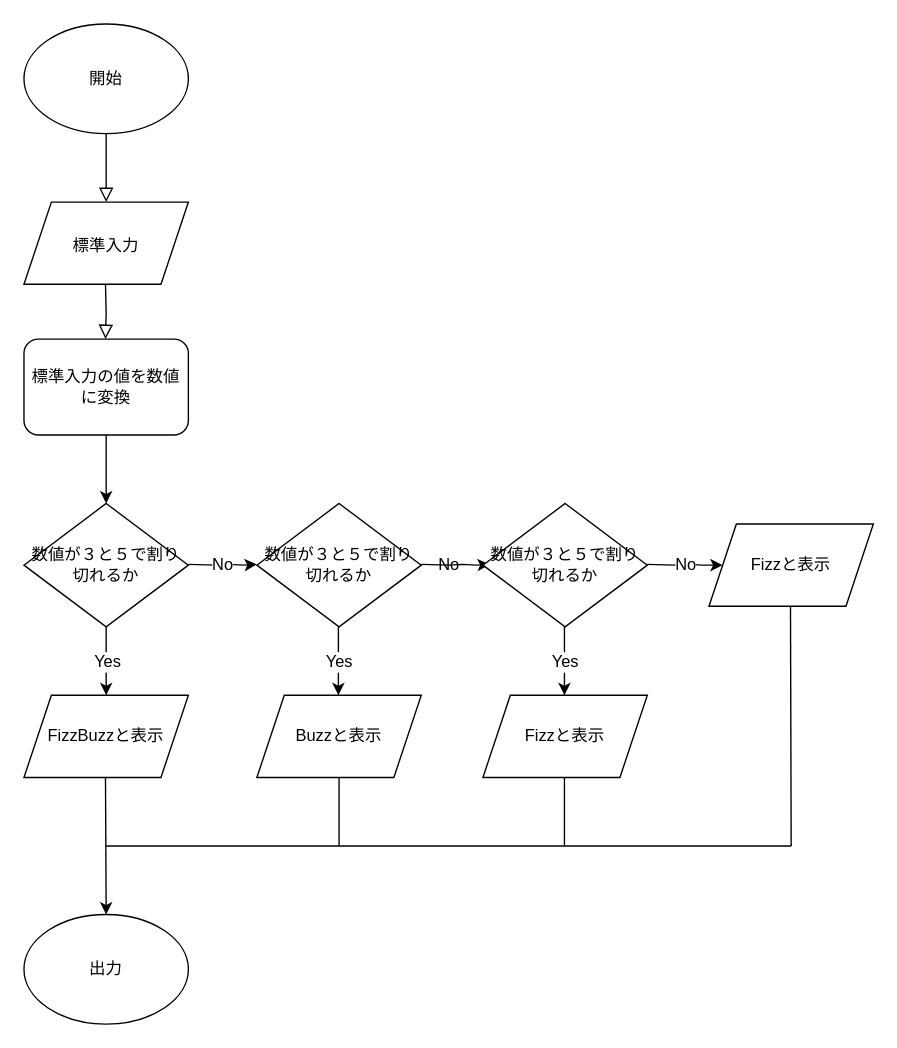
This is Untitled Diagram.drawio from kotahorii/test, a draw.io file, before an edit. Source tidied: cells renumbered, new cells numbered last; positions are measured from the earlier drawing's top-left corner, leaving out a move shared by most shapes. Both pictures are drawn from the tidied source at 137%, with x=0, y=0 at pixel (23, 23).
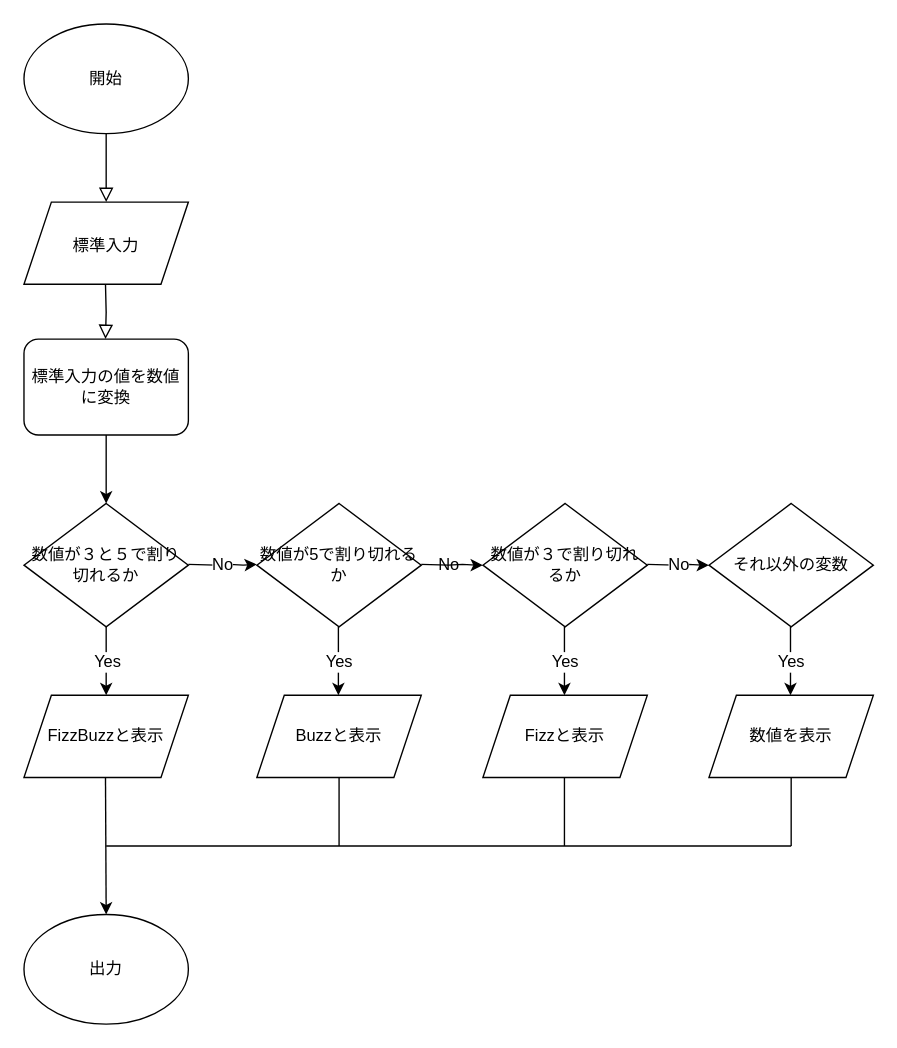
The same page after the edit.

The edit, as a diff of the source:
```diff
@@
-    <mxCell id="14" value="数値が３と５で割り切れるか" style="rhombus;whiteSpace=wrap;html=1;fontSize=12;" parent="1" vertex="1">
+    <mxCell id="14" value="数値が5で割り切れるか" style="rhombus;whiteSpace=wrap;html=1;fontSize=12;" parent="1" vertex="1">
       <mxGeometry x="170" y="350" width="120" height="90" as="geometry" />
     </mxCell>
-    <mxCell id="15" style="endArrow=classic;html=1;rounded=0;fontSize=12;" parent="1" edge="1">
+    <mxCell id="15" style="endArrow=classic;html=1;rounded=0;fontSize=12;entryX=0;entryY=0.5;entryDx=0;entryDy=0;" parent="1" edge="1" target="18">
       <mxGeometry relative="1" as="geometry">
         <mxPoint x="290" y="394.5" as="sourcePoint" />
-        <mxPoint x="340" y="394.5" as="targetPoint" />
         <Array as="points">
           <mxPoint x="310" y="395" />
           <mxPoint x="320" y="394.5" />
           <mxPoint x="330" y="395" />
         </Array>
       </mxGeometry>
     </mxCell>
@@
-    <mxCell id="18" value="数値が３と５で割り切れるか" style="rhombus;whiteSpace=wrap;html=1;fontSize=12;" parent="1" vertex="1">
+    <mxCell id="18" value="数値が３で割り切れるか" style="rhombus;whiteSpace=wrap;html=1;fontSize=12;" parent="1" vertex="1">
       <mxGeometry x="335" y="350" width="120" height="90" as="geometry" />
     </mxCell>
-    <mxCell id="19" style="endArrow=classic;html=1;rounded=0;fontSize=12;entryX=0;entryY=0.5;entryDx=0;entryDy=0;" parent="1" edge="1" target="26">
+    <mxCell id="19" style="endArrow=classic;html=1;rounded=0;fontSize=12;entryX=0;entryY=0.5;entryDx=0;entryDy=0;" parent="1" edge="1" target="35">
       <mxGeometry relative="1" as="geometry">
         <mxPoint x="455" y="394.5" as="sourcePoint" />
         <Array as="points">
           <mxPoint x="475" y="395" />
           <mxPoint x="485" y="394.5" />
           <mxPoint x="495" y="395" />
         </Array>
       </mxGeometry>
     </mxCell>
@@
-    <mxCell id="26" value="Fizzと表示" style="shape=parallelogram;perimeter=parallelogramPerimeter;whiteSpace=wrap;html=1;fixedSize=1;fontSize=12;" parent="1" vertex="1">
-      <mxGeometry x="500" y="365" width="120" height="60" as="geometry" />
+    <mxCell id="26" value="数値を表示" style="shape=parallelogram;perimeter=parallelogramPerimeter;whiteSpace=wrap;html=1;fixedSize=1;fontSize=12;" parent="1" vertex="1">
+      <mxGeometry x="500" y="490" width="120" height="60" as="geometry" />
     </mxCell>
@@
-    <mxCell id="32" style="endArrow=none;html=1;rounded=0;fontSize=12;entryX=0.5;entryY=1;entryDx=0;entryDy=0;" parent="1" edge="1">
+    <mxCell id="32" style="endArrow=none;html=1;rounded=0;fontSize=12;" parent="1" edge="1">
       <mxGeometry relative="1" as="geometry">
         <mxPoint x="560" y="600" as="sourcePoint" />
-        <mxPoint x="559.5" y="425" as="targetPoint" />
+        <mxPoint x="560" y="550" as="targetPoint" />
       </mxGeometry>
     </mxCell>
+    <mxCell id="33" style="endArrow=classic;html=1;rounded=0;fontSize=12;" parent="1" edge="1">
+      <mxGeometry relative="1" as="geometry">
+        <mxPoint x="559.5" y="440" as="sourcePoint" />
+        <mxPoint x="559.5" y="490" as="targetPoint" />
+      </mxGeometry>
+    </mxCell>
+    <mxCell id="34" value="Yes" style="edgeLabel;html=1;align=center;verticalAlign=middle;fontSize=12;" parent="33" vertex="1">
+      <mxGeometry relative="1" as="geometry" />
+    </mxCell>
+    <mxCell id="35" value="それ以外の変数" style="rhombus;whiteSpace=wrap;html=1;fontSize=12;" parent="1" vertex="1">
+      <mxGeometry x="500" y="350" width="120" height="90" as="geometry" />
+    </mxCell>
```
